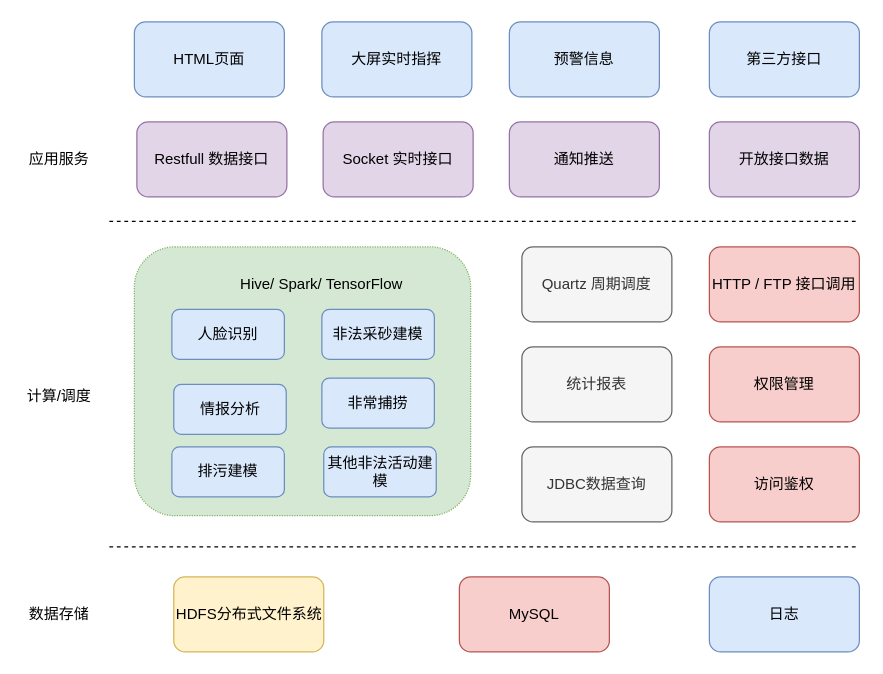
The draw.io diagram 技术架构.drawio in liusheding001/draw.io, before the edit. Source tidied: cells renumbered, new cells numbered last; positions are measured from the earlier drawing's top-left corner, leaving out a move shared by most shapes. Both pictures are drawn from the tidied source at 125%, with x=0, y=0 at pixel (21, 21).
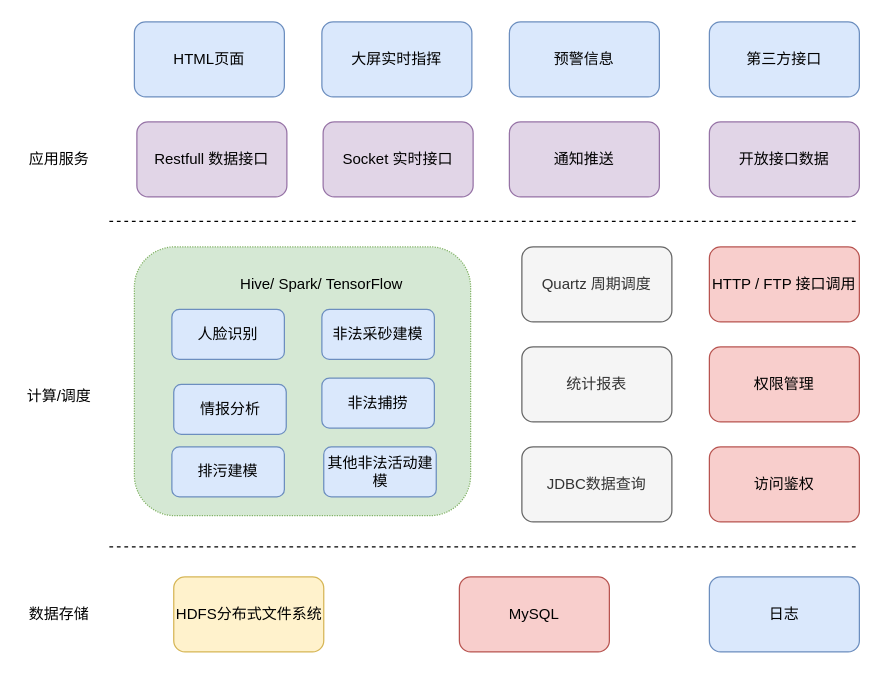
The same page after the edit.

Commit message:
更新技术架构.drawio

What changed in the source:
```diff
@@
-    <mxCell id="13" value="非常捕捞" style="rounded=1;whiteSpace=wrap;html=1;fillColor=#dae8fc;strokeColor=#6c8ebf;" parent="1" vertex="1">
+    <mxCell id="13" value="非法捕捞" style="rounded=1;whiteSpace=wrap;html=1;fillColor=#dae8fc;strokeColor=#6c8ebf;" parent="1" vertex="1">
       <mxGeometry x="240" y="285" width="90" height="40" as="geometry" />
     </mxCell>
```
